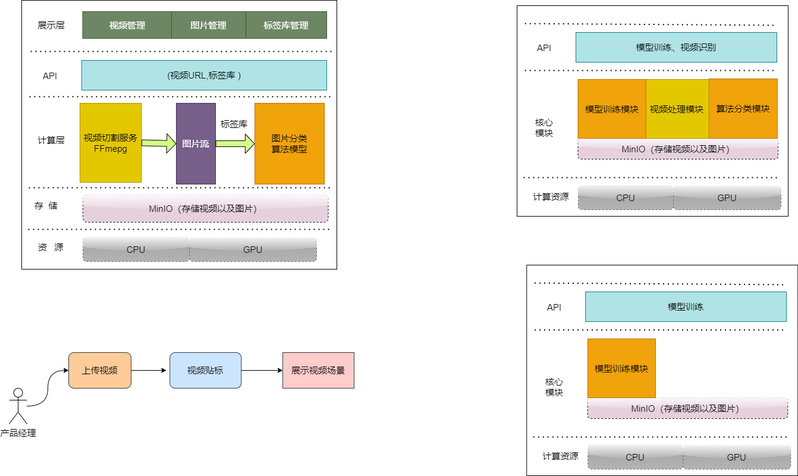
This is 未命名绘图.png from imtiqq/draw, a draw.io export, as it was before one commit. Source tidied: cells renumbered, new cells last; positions are measured from the earlier drawing's top-left corner, leaving out a move shared by most shapes.
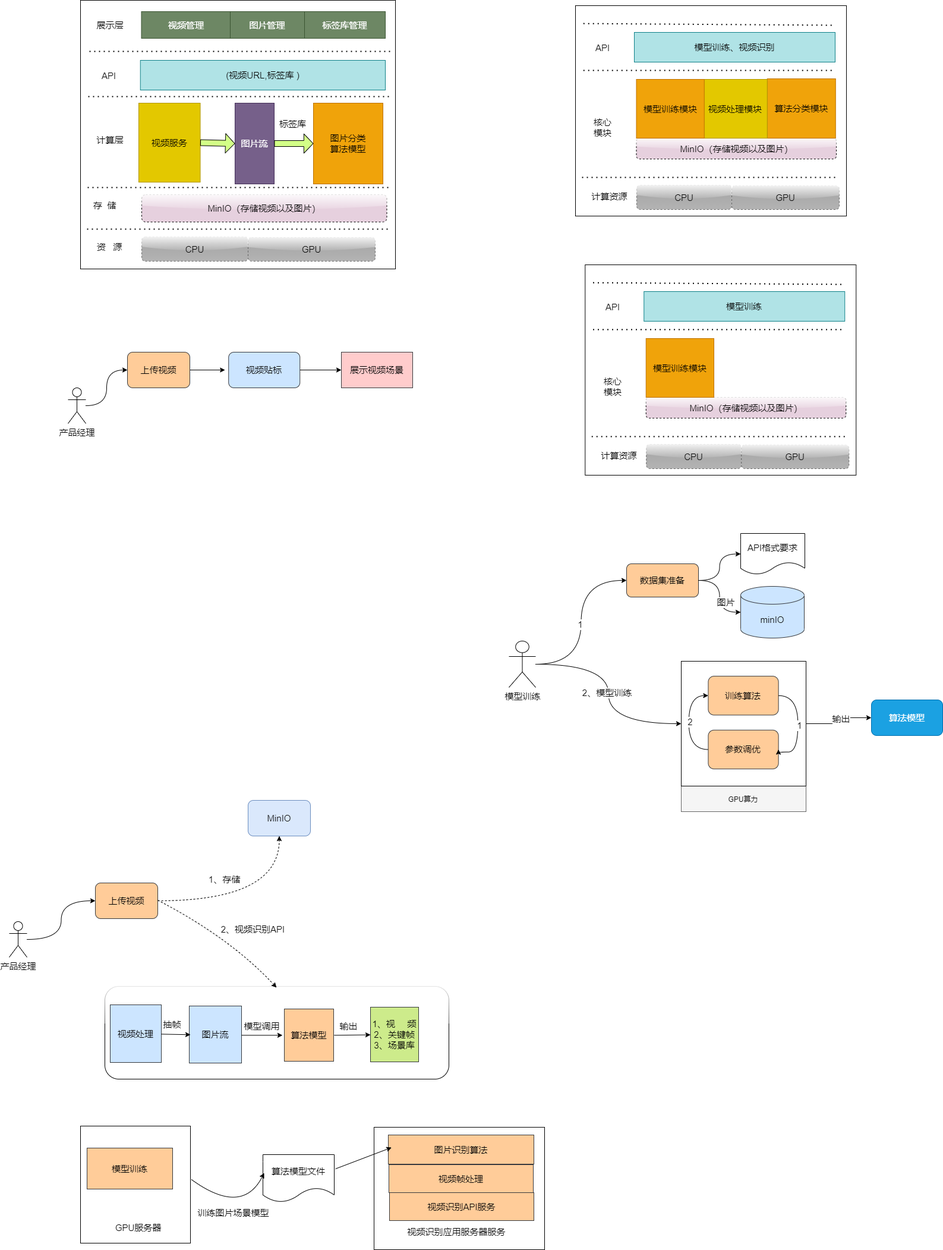
The same diagram one commit later.

Commit message:
更新未命名绘图.png

Change to the diagram source:
```diff
@@ -71,7 +71,7 @@
     <mxCell id="20" value="(视频URL,标签库 )" style="rounded=0;whiteSpace=wrap;html=1;fillColor=#b0e3e6;strokeColor=#0e8088;fontSize=15;" parent="1" vertex="1">
       <mxGeometry x="121.8" y="101" width="412.2" height="50" as="geometry" />
     </mxCell>
-    <mxCell id="21" value="视频切割服务&lt;br&gt;FFmepg" style="rounded=0;whiteSpace=wrap;html=1;fillColor=#e3c800;fontColor=#000000;strokeColor=#B09500;fontSize=15;" parent="1" vertex="1">
+    <mxCell id="21" value="视频服务&lt;br&gt;" style="rounded=0;whiteSpace=wrap;html=1;fillColor=#e3c800;fontColor=#000000;strokeColor=#B09500;fontSize=15;" parent="1" vertex="1">
       <mxGeometry x="119" y="173" width="103.5" height="133" as="geometry" />
     </mxCell>
     <mxCell id="22" style="shape=flexArrow;endArrow=classic;html=1;rounded=0;endWidth=21.666666666666668;endSize=4.866666666666667;fillColor=#D3FF87;entryX=0;entryY=0.5;entryDx=0;entryDy=0;exitX=1;exitY=0.5;exitDx=0;exitDy=0;" parent="1" edge="1" source="21" target="8">
@@ -200,5 +200,205 @@
     <mxCell id="57" value="核心模块" style="text;html=1;strokeColor=none;fillColor=none;align=center;verticalAlign=middle;whiteSpace=wrap;rounded=0;fontSize=15;" parent="1" vertex="1">
       <mxGeometry x="895.6" y="612" width="41.8" height="75" as="geometry" />
     </mxCell>
+    <mxCell id="58" style="edgeStyle=orthogonalEdgeStyle;jettySize=auto;html=1;entryX=0;entryY=0.5;entryDx=0;entryDy=0;curved=1;fontSize=15;" parent="1" edge="1" source="59" target="62">
+      <mxGeometry relative="1" as="geometry" />
+    </mxCell>
+    <mxCell id="59" value="产品经理" style="shape=umlActor;verticalLabelPosition=bottom;verticalAlign=top;html=1;outlineConnect=0;fontSize=15;" parent="1" vertex="1">
+      <mxGeometry x="-99" y="1550" width="30" height="60" as="geometry" />
+    </mxCell>
+    <mxCell id="60" style="edgeStyle=orthogonalEdgeStyle;jettySize=auto;html=1;curved=1;dashed=1;fontSize=15;" parent="1" edge="1" source="62" target="63">
+      <mxGeometry relative="1" as="geometry" />
+    </mxCell>
+    <mxCell id="61" value="1、存储" style="edgeLabel;html=1;align=center;verticalAlign=middle;fontSize=15;" parent="60" vertex="1">
+      <mxGeometry x="-0.19" y="4" relative="1" as="geometry">
+        <mxPoint x="-16" y="-33" as="offset" />
+      </mxGeometry>
+    </mxCell>
+    <mxCell id="62" value="上传视频" style="rounded=1;whiteSpace=wrap;html=1;fontSize=15;fillColor=#ffcc99;strokeColor=#36393d;" parent="1" vertex="1">
+      <mxGeometry x="46" y="1485" width="105" height="60" as="geometry" />
+    </mxCell>
+    <mxCell id="63" value="MinIO" style="rounded=1;whiteSpace=wrap;html=1;fontSize=15;fillColor=#dae8fc;strokeColor=#6c8ebf;" parent="1" vertex="1">
+      <mxGeometry x="303" y="1346" width="105" height="60" as="geometry" />
+    </mxCell>
+    <mxCell id="64" style="rounded=1;whiteSpace=wrap;html=1;glass=1;fontSize=15;" parent="1" vertex="1">
+      <mxGeometry x="62" y="1659" width="579" height="156" as="geometry" />
+    </mxCell>
+    <mxCell id="65" style="group;" parent="1" vertex="1">
+      <mxGeometry x="742" y="897" width="730" height="468" as="geometry" />
+    </mxCell>
+    <mxCell id="66" value="模型训练" style="shape=umlActor;verticalLabelPosition=bottom;verticalAlign=top;html=1;outlineConnect=0;fontSize=15;" parent="65" vertex="1">
+      <mxGeometry y="181" width="45" height="78" as="geometry" />
+    </mxCell>
+    <mxCell id="67" value="数据集准备" style="rounded=1;whiteSpace=wrap;html=1;fontSize=15;fillColor=#ffcc99;strokeColor=#36393d;" parent="65" vertex="1">
+      <mxGeometry x="198" y="51" width="121" height="56" as="geometry" />
+    </mxCell>
+    <mxCell id="68" style="edgeStyle=orthogonalEdgeStyle;jettySize=auto;html=1;entryX=0;entryY=0.5;entryDx=0;entryDy=0;curved=1;fontSize=15;" parent="65" edge="1" source="66" target="67">
+      <mxGeometry relative="1" as="geometry" />
+    </mxCell>
+    <mxCell id="69" value="1" style="edgeLabel;html=1;align=center;verticalAlign=middle;fontSize=15;" parent="68" vertex="1">
+      <mxGeometry x="-0.02" y="3" relative="1" as="geometry">
+        <mxPoint x="1" as="offset" />
+      </mxGeometry>
+    </mxCell>
+    <mxCell id="70" value="API格式要求" style="shape=document;whiteSpace=wrap;html=1;boundedLbl=1;fontSize=15;" parent="65" vertex="1">
+      <mxGeometry x="390" width="108" height="69" as="geometry" />
+    </mxCell>
+    <mxCell id="71" style="edgeStyle=orthogonalEdgeStyle;jettySize=auto;html=1;entryX=0;entryY=0.5;entryDx=0;entryDy=0;curved=1;fontSize=15;" parent="65" edge="1" source="67" target="70">
+      <mxGeometry relative="1" as="geometry" />
+    </mxCell>
+    <mxCell id="72" value="minIO" style="shape=cylinder3;whiteSpace=wrap;html=1;boundedLbl=1;backgroundOutline=1;size=15;fontSize=15;fillColor=#cce5ff;strokeColor=#36393d;" parent="65" vertex="1">
+      <mxGeometry x="390" y="89" width="107" height="87" as="geometry" />
+    </mxCell>
+    <mxCell id="73" style="edgeStyle=orthogonalEdgeStyle;jettySize=auto;html=1;exitX=1;exitY=0.5;exitDx=0;exitDy=0;curved=1;fontSize=15;" parent="65" edge="1" source="67" target="72">
+      <mxGeometry relative="1" as="geometry" />
+    </mxCell>
+    <mxCell id="74" value="图片" style="edgeLabel;html=1;align=center;verticalAlign=middle;fontSize=15;" parent="73" vertex="1">
+      <mxGeometry x="0.15" y="10" relative="1" as="geometry" />
+    </mxCell>
+    <mxCell id="75" style="group;fillColor=#f5f5f5;strokeColor=#666666;fontColor=#333333;fontSize=15;" parent="65" vertex="1">
+      <mxGeometry x="290" y="215" width="210" height="253" as="geometry" />
+    </mxCell>
+    <mxCell id="76" style="whiteSpace=wrap;html=1;fontSize=15;" parent="75" vertex="1">
+      <mxGeometry width="210" height="210" as="geometry" />
+    </mxCell>
+    <mxCell id="77" value="训练算法" style="rounded=1;whiteSpace=wrap;html=1;fontSize=15;fillColor=#ffcc99;strokeColor=#36393d;" parent="75" vertex="1">
+      <mxGeometry x="45.4" y="25.1" width="118.2" height="65.4" as="geometry" />
+    </mxCell>
+    <mxCell id="78" style="edgeStyle=orthogonalEdgeStyle;jettySize=auto;html=1;entryX=0;entryY=0.5;entryDx=0;entryDy=0;curved=1;exitX=0;exitY=0.5;exitDx=0;exitDy=0;fontSize=15;" parent="75" edge="1" source="80" target="77">
+      <mxGeometry relative="1" as="geometry">
+        <Array as="points">
+          <mxPoint x="12.7" y="148.6" />
+          <mxPoint x="12.7" y="57.4" />
+        </Array>
+      </mxGeometry>
+    </mxCell>
+    <mxCell id="79" value="2" style="edgeLabel;html=1;align=center;verticalAlign=middle;fontSize=15;" parent="78" vertex="1">
+      <mxGeometry x="0.03" y="-2" relative="1" as="geometry" />
+    </mxCell>
+    <mxCell id="80" value="参数调优" style="rounded=1;whiteSpace=wrap;html=1;fontSize=15;fillColor=#ffcc99;strokeColor=#36393d;" parent="75" vertex="1">
+      <mxGeometry x="45.4" y="115.8" width="118.2" height="65.4" as="geometry" />
+    </mxCell>
+    <mxCell id="81" style="edgeStyle=orthogonalEdgeStyle;jettySize=auto;html=1;entryX=1;entryY=0.5;entryDx=0;entryDy=0;curved=1;exitX=1;exitY=0.5;exitDx=0;exitDy=0;fontSize=15;" parent="75" edge="1" source="77" target="80">
+      <mxGeometry relative="1" as="geometry">
+        <Array as="points">
+          <mxPoint x="196.3" y="57.4" />
+          <mxPoint x="196.3" y="152.7" />
+          <mxPoint x="164.1" y="152.7" />
+        </Array>
+      </mxGeometry>
+    </mxCell>
+    <mxCell id="82" value="1" style="edgeLabel;html=1;align=center;verticalAlign=middle;fontSize=15;" parent="81" vertex="1">
+      <mxGeometry x="-0.01" y="2" relative="1" as="geometry" />
+    </mxCell>
+    <mxCell id="83" value="GPU算力" style="text;html=1;strokeColor=none;fillColor=none;align=center;verticalAlign=middle;whiteSpace=wrap;rounded=0;" parent="75" vertex="1">
+      <mxGeometry y="212" width="209" height="41" as="geometry" />
+    </mxCell>
+    <mxCell id="84" style="edgeStyle=orthogonalEdgeStyle;jettySize=auto;html=1;curved=1;entryX=0;entryY=0.5;entryDx=0;entryDy=0;fontSize=15;" parent="65" edge="1" source="66" target="76">
+      <mxGeometry relative="1" as="geometry" />
+    </mxCell>
+    <mxCell id="85" value="2、模型训练" style="edgeLabel;html=1;align=center;verticalAlign=middle;fontSize=15;" parent="84" vertex="1">
+      <mxGeometry x="-0.02" y="-3" relative="1" as="geometry">
+        <mxPoint y="1" as="offset" />
+      </mxGeometry>
+    </mxCell>
+    <mxCell id="86" value="算法模型" style="rounded=1;whiteSpace=wrap;html=1;strokeColor=#006EAF;fillColor=#1ba1e2;fontColor=#ffffff;fontSize=15;" parent="65" vertex="1">
+      <mxGeometry x="610" y="280" width="120" height="60" as="geometry" />
+    </mxCell>
+    <mxCell id="87" style="edgeStyle=orthogonalEdgeStyle;rounded=0;jettySize=auto;html=1;exitX=1;exitY=0.5;exitDx=0;exitDy=0;fontSize=15;" parent="65" edge="1" source="76" target="86">
+      <mxGeometry relative="1" as="geometry" />
+    </mxCell>
+    <mxCell id="88" value="输出" style="edgeLabel;html=1;align=center;verticalAlign=middle;fontSize=15;" parent="87" vertex="1">
+      <mxGeometry x="0.07" y="-3" relative="1" as="geometry" />
+    </mxCell>
+    <mxCell id="89" value="视频处理" style="rounded=0;whiteSpace=wrap;html=1;fillColor=#cce5ff;strokeColor=#36393d;fontSize=15;" parent="1" vertex="1">
+      <mxGeometry x="71" y="1690" width="86" height="97" as="geometry" />
+    </mxCell>
+    <mxCell id="90" value="图片流" style="rounded=0;whiteSpace=wrap;html=1;fillColor=#cce5ff;strokeColor=#36393d;fontSize=15;" parent="1" vertex="1">
+      <mxGeometry x="204" y="1692" width="88" height="96" as="geometry" />
+    </mxCell>
+    <mxCell id="91" style="endArrow=classic;html=1;rounded=0;entryX=0.023;entryY=0.503;entryDx=0;entryDy=0;entryPerimeter=0;fontSize=15;" parent="1" edge="1" source="89" target="90">
+      <mxGeometry relative="1" as="geometry" />
+    </mxCell>
+    <mxCell id="92" value="抽帧" style="edgeLabel;html=1;align=center;verticalAlign=middle;fontSize=15;" parent="91" vertex="1">
+      <mxGeometry x="-0.22" y="-3" relative="1" as="geometry">
+        <mxPoint x="-1" y="-20" as="offset" />
+      </mxGeometry>
+    </mxCell>
+    <mxCell id="93" value="算法模型" style="rounded=0;whiteSpace=wrap;html=1;fillColor=#ffcc99;strokeColor=#36393d;fontSize=15;" parent="1" vertex="1">
+      <mxGeometry x="364" y="1697" width="83" height="88" as="geometry" />
+    </mxCell>
+    <mxCell id="94" style="endArrow=classic;html=1;rounded=0;entryX=-0.037;entryY=0.503;entryDx=0;entryDy=0;entryPerimeter=0;fontSize=15;exitX=1;exitY=0.513;exitDx=0;exitDy=0;exitPerimeter=0;" parent="1" edge="1" source="90" target="93">
+      <mxGeometry relative="1" as="geometry" />
+    </mxCell>
+    <mxCell id="95" value="模型调用" style="edgeLabel;html=1;align=center;verticalAlign=middle;fontSize=15;" parent="94" vertex="1">
+      <mxGeometry x="-0.44" y="1" relative="1" as="geometry">
+        <mxPoint x="14" y="-15" as="offset" />
+      </mxGeometry>
+    </mxCell>
+    <mxCell id="96" value="1、视&amp;nbsp; &amp;nbsp; &amp;nbsp;频&lt;br style=&quot;font-size: 15px;&quot;&gt;2、关键帧&lt;br style=&quot;font-size: 15px;&quot;&gt;3、场景库" style="rounded=0;whiteSpace=wrap;html=1;fillColor=#cdeb8b;strokeColor=#36393d;fontSize=15;" parent="1" vertex="1">
+      <mxGeometry x="509" y="1694" width="81" height="92" as="geometry" />
+    </mxCell>
+    <mxCell id="97" style="endArrow=classic;html=1;rounded=0;exitX=1.012;exitY=0.503;exitDx=0;exitDy=0;exitPerimeter=0;fontSize=15;" parent="1" edge="1" source="93" target="96">
+      <mxGeometry relative="1" as="geometry" />
+    </mxCell>
+    <mxCell id="98" value="输出" style="edgeLabel;html=1;align=center;verticalAlign=middle;fontSize=15;" parent="97" vertex="1">
+      <mxGeometry x="-0.35" y="-1" relative="1" as="geometry">
+        <mxPoint x="3" y="-17" as="offset" />
+      </mxGeometry>
+    </mxCell>
+    <mxCell id="99" style="endArrow=classic;html=1;exitX=1;exitY=0.483;exitDx=0;exitDy=0;exitPerimeter=0;entryX=0.499;entryY=0.013;entryDx=0;entryDy=0;entryPerimeter=0;curved=1;dashed=1;fontSize=15;" parent="1" edge="1" source="62" target="64">
+      <mxGeometry relative="1" as="geometry">
+        <Array as="points">
+          <mxPoint x="274" y="1578" />
+        </Array>
+      </mxGeometry>
+    </mxCell>
+    <mxCell id="100" value="2、视频识别API" style="edgeLabel;html=1;align=center;verticalAlign=middle;fontSize=15;" parent="99" vertex="1">
+      <mxGeometry x="0.07" relative="1" as="geometry">
+        <mxPoint x="40" y="-14" as="offset" />
+      </mxGeometry>
+    </mxCell>
+    <mxCell id="101" style="rounded=0;whiteSpace=wrap;html=1;fontSize=15;" parent="1" vertex="1">
+      <mxGeometry x="21" y="1894" width="185" height="197" as="geometry" />
+    </mxCell>
+    <mxCell id="102" value="模型训练" style="rounded=0;whiteSpace=wrap;html=1;fillColor=#ffcc99;strokeColor=#36393d;fontSize=15;" parent="1" vertex="1">
+      <mxGeometry x="32" y="1931" width="144" height="69" as="geometry" />
+    </mxCell>
+    <mxCell id="103" value="GPU服务器" style="text;html=1;strokeColor=none;fillColor=none;align=center;verticalAlign=middle;whiteSpace=wrap;rounded=0;fontSize=15;" parent="1" vertex="1">
+      <mxGeometry x="53" y="2043" width="131" height="44" as="geometry" />
+    </mxCell>
+    <mxCell id="104" value="算法模型文件" style="shape=document;whiteSpace=wrap;html=1;boundedLbl=1;fontSize=15;" parent="1" vertex="1">
+      <mxGeometry x="328" y="1942" width="120" height="80" as="geometry" />
+    </mxCell>
+    <mxCell id="105" style="endArrow=classic;html=1;exitX=1.007;exitY=0.455;exitDx=0;exitDy=0;exitPerimeter=0;curved=1;entryX=0.017;entryY=0.388;entryDx=0;entryDy=0;entryPerimeter=0;" parent="1" edge="1" source="101" target="104">
+      <mxGeometry relative="1" as="geometry">
+        <Array as="points">
+          <mxPoint x="293" y="2046" />
+        </Array>
+      </mxGeometry>
+    </mxCell>
+    <mxCell id="106" value="训练图片场景模型" style="edgeLabel;html=1;align=center;verticalAlign=middle;fontSize=15;" parent="105" vertex="1">
+      <mxGeometry x="0.02" relative="1" as="geometry">
+        <mxPoint x="-7" as="offset" />
+      </mxGeometry>
+    </mxCell>
+    <mxCell id="107" style="rounded=0;whiteSpace=wrap;html=1;fontSize=15;" parent="1" vertex="1">
+      <mxGeometry x="515" y="1896" width="287" height="206" as="geometry" />
+    </mxCell>
+    <mxCell id="108" value="图片识别算法" style="rounded=0;whiteSpace=wrap;html=1;fillColor=#ffcc99;strokeColor=#36393d;fontSize=15;" parent="1" vertex="1">
+      <mxGeometry x="539" y="1909" width="245" height="49" as="geometry" />
+    </mxCell>
+    <mxCell id="109" value="视频识别应用服务器服务" style="text;html=1;strokeColor=none;fillColor=none;align=center;verticalAlign=middle;whiteSpace=wrap;rounded=0;fontSize=15;" parent="1" vertex="1">
+      <mxGeometry x="526" y="2050" width="256" height="44" as="geometry" />
+    </mxCell>
+    <mxCell id="110" style="endArrow=classic;html=1;entryX=0.022;entryY=0.431;entryDx=0;entryDy=0;entryPerimeter=0;exitX=1.017;exitY=0.3;exitDx=0;exitDy=0;exitPerimeter=0;curved=1;" parent="1" edge="1" source="104" target="108">
+      <mxGeometry relative="1" as="geometry" />
+    </mxCell>
+    <mxCell id="111" value="视频帧处理" style="rounded=0;whiteSpace=wrap;html=1;fillColor=#ffcc99;strokeColor=#36393d;fontSize=15;" parent="1" vertex="1">
+      <mxGeometry x="540" y="1959" width="243" height="47" as="geometry" />
+    </mxCell>
+    <mxCell id="112" value="视频识别API服务" style="rounded=0;whiteSpace=wrap;html=1;fillColor=#ffcc99;strokeColor=#36393d;fontSize=15;" parent="1" vertex="1">
+      <mxGeometry x="541" y="2006" width="243" height="47" as="geometry" />
+    </mxCell>
   </root>
 </mxGraphModel>
```
